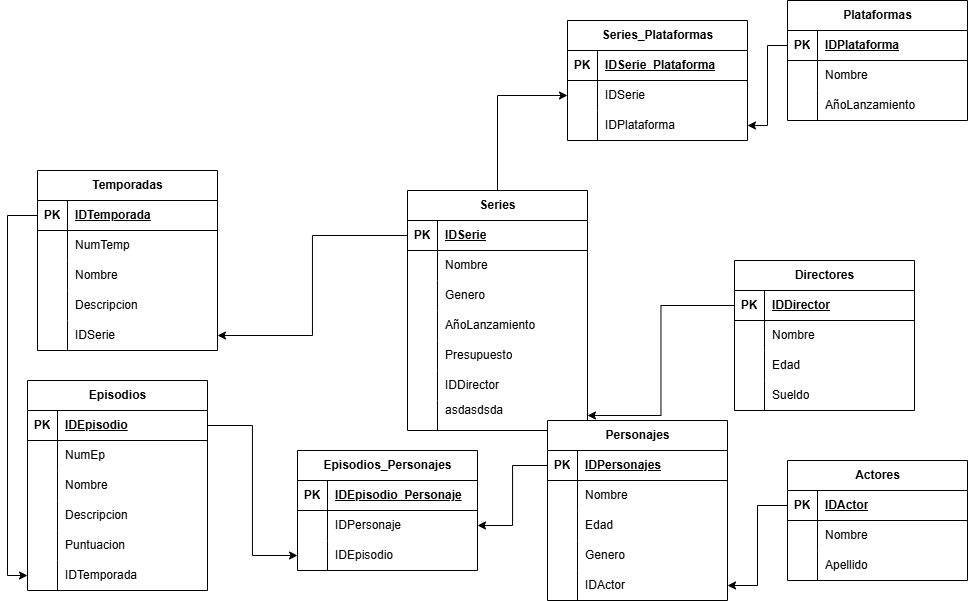
The draw.io diagram Actividades/SQL Series/DERSqlSeries.drawio.png in alexisbilliet/Capicua-Base_de_Datos-, before a commit. Source tidied: cells renumbered, new cells last; positions are measured from the earlier drawing's top-left corner, leaving out a move shared by most shapes.
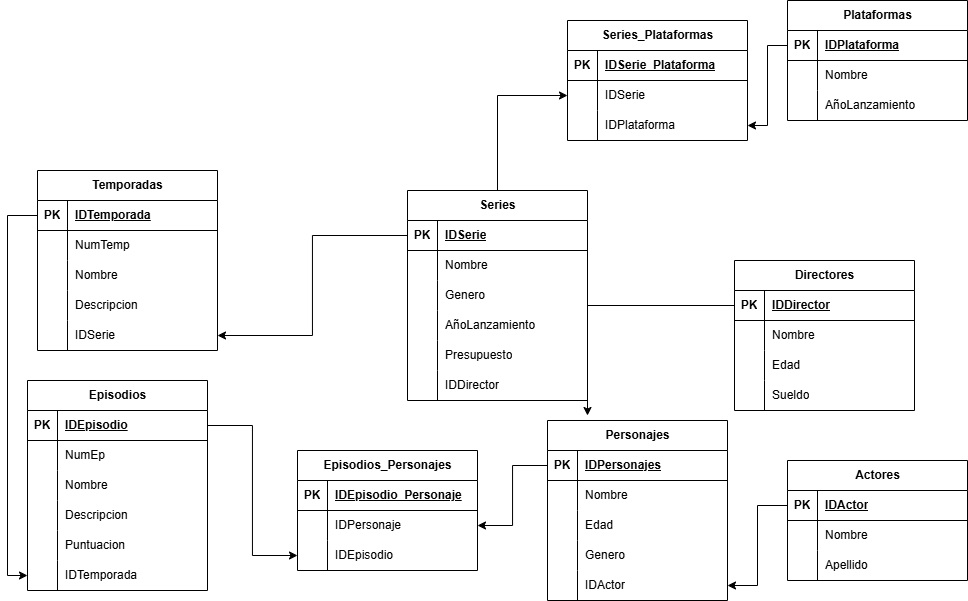
The same diagram one commit later.

Diff of the diagram source:
```diff
@@ -111,7 +111,7 @@
       <mxGeometry relative="1" as="geometry" />
     </mxCell>
     <mxCell id="38" value="Series" style="shape=table;startSize=30;rowLines=0;fontStyle=1;align=center;html=1;" parent="1" vertex="1">
-      <mxGeometry x="380" y="190" width="180" height="240" as="geometry" />
+      <mxGeometry x="380" y="190" width="180" height="210" as="geometry" />
     </mxCell>
     <mxCell id="39" style="shape=tableRow;horizontal=0;startSize=0;swimlaneHead=0;swimlaneBody=0;fillColor=none;points=[[0,0.5],[1,0.5]];portConstraint=eastwest;top=0;left=0;right=0;bottom=1;" parent="38" vertex="1">
       <mxGeometry y="30" width="180" height="30" as="geometry" />
@@ -167,15 +167,6 @@
     <mxCell id="56" value="IDDirector" style="shape=partialRectangle;fillColor=none;top=0;left=0;bottom=0;right=0;align=left;spacingLeft=6;overflow=hidden;whiteSpace=wrap;html=1;" parent="54" vertex="1">
       <mxGeometry x="30" width="150" height="30" as="geometry" />
     </mxCell>
-    <mxCell id="57" style="shape=tableRow;horizontal=0;startSize=0;swimlaneHead=0;swimlaneBody=0;fillColor=none;points=[[0,0.5],[1,0.5]];portConstraint=eastwest;top=0;left=0;right=0;bottom=0;" parent="38" vertex="1">
-      <mxGeometry y="210" width="180" height="30" as="geometry" />
-    </mxCell>
-    <mxCell id="58" style="shape=partialRectangle;fillColor=none;top=0;left=0;bottom=0;right=0;overflow=hidden;whiteSpace=wrap;html=1;" parent="57" vertex="1">
-      <mxGeometry width="30" height="30" as="geometry" />
-    </mxCell>
-    <mxCell id="59" value="asdasdsda&lt;div&gt;&lt;br&gt;&lt;/div&gt;" style="shape=partialRectangle;fillColor=none;top=0;left=0;bottom=0;right=0;align=left;spacingLeft=6;overflow=hidden;whiteSpace=wrap;html=1;" parent="57" vertex="1">
-      <mxGeometry x="30" width="150" height="30" as="geometry" />
-    </mxCell>
     <mxCell id="60" value="Plataformas" style="shape=table;startSize=30;rowLines=0;fontStyle=1;align=center;html=1;" parent="1" vertex="1">
       <mxGeometry x="760" width="180" height="120" as="geometry" />
     </mxCell>
@@ -359,8 +350,10 @@
     <mxCell id="120" style="edgeStyle=orthogonalEdgeStyle;rounded=0;jettySize=auto;html=1;exitX=0;exitY=0.5;exitDx=0;exitDy=0;entryX=1;entryY=0.5;entryDx=0;entryDy=0;" parent="1" edge="1" source="61" target="90">
       <mxGeometry relative="1" as="geometry" />
     </mxCell>
-    <mxCell id="121" style="edgeStyle=orthogonalEdgeStyle;rounded=0;jettySize=auto;html=1;exitX=0;exitY=0.5;exitDx=0;exitDy=0;entryX=1;entryY=0.5;entryDx=0;entryDy=0;" parent="1" edge="1" source="71" target="57">
-      <mxGeometry relative="1" as="geometry" />
+    <mxCell id="121" style="edgeStyle=orthogonalEdgeStyle;rounded=0;jettySize=auto;html=1;exitX=0;exitY=0.5;exitDx=0;exitDy=0;entryX=1;entryY=0.5;entryDx=0;entryDy=0;" parent="1" edge="1" source="71">
+      <mxGeometry relative="1" as="geometry">
+        <mxPoint x="560" y="415" as="targetPoint" />
+      </mxGeometry>
     </mxCell>
     <mxCell id="122" style="edgeStyle=orthogonalEdgeStyle;rounded=0;jettySize=auto;html=1;exitX=0;exitY=0.5;exitDx=0;exitDy=0;entryX=1;entryY=0.5;entryDx=0;entryDy=0;" parent="1" edge="1" source="110" target="106">
       <mxGeometry relative="1" as="geometry" />
```
